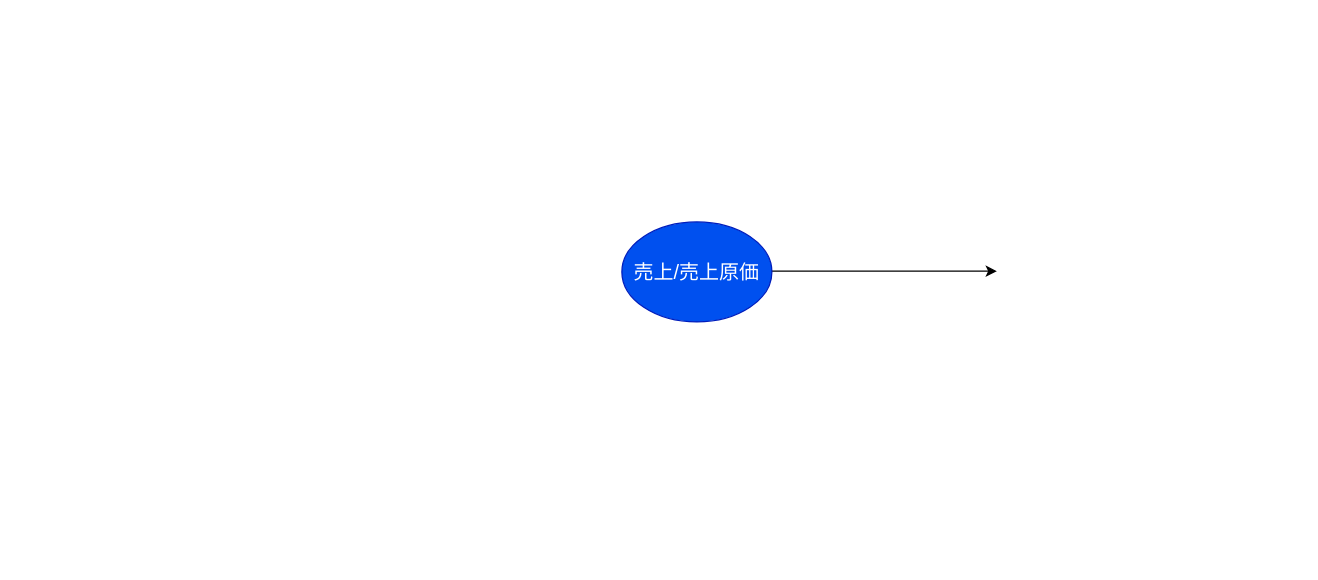
Before: ディメンションモデル図.drawio in mf-isako-onda/datainsight_OKR_term42_2Q, a draw.io diagram. Source tidied: cells renumbered, new cells numbered last; positions are measured from the earlier drawing's top-left corner, leaving out a move shared by most shapes. Both pictures are drawn from the tidied source at 125%, with x=0, y=0 at pixel (621, 221).
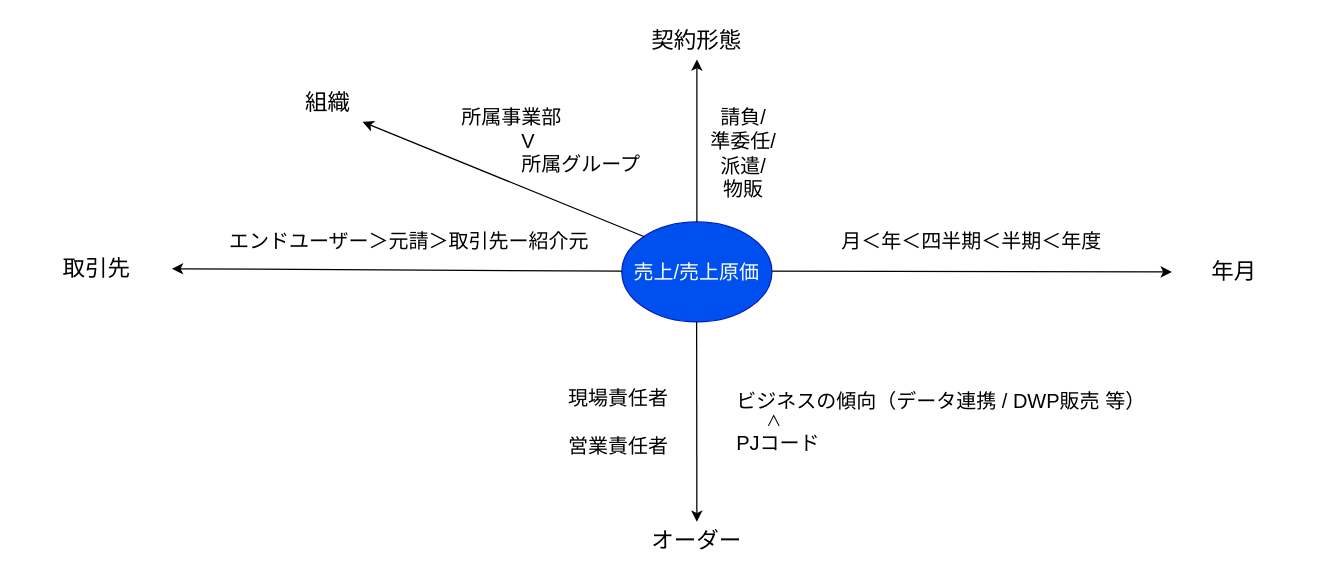
The same diagram, later.

Commit message:
ディメンションモデル図.drawio を更新します

Diff of the diagram source:
```diff
@@
-    <mxCell id="2" style="endArrow=classic;html=1;rounded=0;" parent="1" edge="1">
+    <mxCell id="2" style="endArrow=classic;html=1;rounded=0;entryX=0;entryY=0.5;entryDx=0;entryDy=0;" parent="1" edge="1" target="10">
       <mxGeometry relative="1" as="geometry">
         <mxPoint x="110" y="39.4" as="sourcePoint" />
-        <mxPoint x="300" y="39.4" as="targetPoint" />
       </mxGeometry>
     </mxCell>
-    <mxCell id="3" value="&lt;font size=&quot;3&quot;&gt;売上/売上原価&lt;/font&gt;" style="ellipse;whiteSpace=wrap;html=1;fillColor=light-dark(#0050EF,#FFFACD);strokeColor=#001DBC;fontColor=#ffffff;" parent="1" vertex="1">
+    <mxCell id="3" value="&lt;font size=&quot;3&quot;&gt;売上/売上原価&lt;/font&gt;" style="ellipse;whiteSpace=wrap;html=1;fillColor=light-dark(#0050EF, #fdfbc4);strokeColor=#001DBC;fontColor=#ffffff;" parent="1" vertex="1">
       <mxGeometry width="120" height="80" as="geometry" />
     </mxCell>
+    <mxCell id="4" style="endArrow=classic;html=1;rounded=0;entryX=0.5;entryY=1;entryDx=0;entryDy=0;" parent="1" edge="1" target="5">
+      <mxGeometry relative="1" as="geometry">
+        <mxPoint x="60" as="sourcePoint" />
+      </mxGeometry>
+    </mxCell>
+    <mxCell id="5" value="&lt;font style=&quot;font-size: 18px;&quot;&gt;契約形態&lt;/font&gt;" style="text;html=1;whiteSpace=wrap;strokeColor=none;fillColor=none;align=center;verticalAlign=middle;rounded=0;" parent="1" vertex="1">
+      <mxGeometry x="-35" y="-160" width="190" height="30" as="geometry" />
+    </mxCell>
+    <mxCell id="6" value="&lt;font style=&quot;font-size: 18px;&quot;&gt;組織&lt;/font&gt;" style="text;html=1;whiteSpace=wrap;strokeColor=none;fillColor=none;align=center;verticalAlign=middle;rounded=0;" parent="1" vertex="1">
+      <mxGeometry x="-290" y="-110" width="110" height="30" as="geometry" />
+    </mxCell>
+    <mxCell id="7" style="endArrow=classic;html=1;rounded=0;entryX=1;entryY=0.5;entryDx=0;entryDy=0;" parent="1" edge="1" target="8">
+      <mxGeometry relative="1" as="geometry">
+        <mxPoint y="39.4" as="sourcePoint" />
+      </mxGeometry>
+    </mxCell>
+    <mxCell id="8" value="&lt;font style=&quot;font-size: 18px;&quot;&gt;取引先&lt;/font&gt;" style="text;html=1;whiteSpace=wrap;strokeColor=none;fillColor=none;align=center;verticalAlign=middle;rounded=0;" parent="1" vertex="1">
+      <mxGeometry x="-480" y="20" width="120" height="35" as="geometry" />
+    </mxCell>
+    <mxCell id="9" style="endArrow=classic;html=1;rounded=0;entryX=0.5;entryY=0;entryDx=0;entryDy=0;" parent="1" edge="1" target="11">
+      <mxGeometry relative="1" as="geometry">
+        <mxPoint x="59.8" y="80" as="sourcePoint" />
+      </mxGeometry>
+    </mxCell>
+    <mxCell id="10" value="&lt;font style=&quot;font-size: 18px;&quot;&gt;年月&lt;/font&gt;" style="text;html=1;whiteSpace=wrap;strokeColor=none;fillColor=none;align=center;verticalAlign=middle;rounded=0;" parent="1" vertex="1">
+      <mxGeometry x="440" y="25" width="100" height="30" as="geometry" />
+    </mxCell>
+    <mxCell id="11" value="&lt;font style=&quot;font-size: 18px;&quot;&gt;オーダー&lt;/font&gt;" style="text;html=1;whiteSpace=wrap;strokeColor=none;fillColor=none;align=center;verticalAlign=middle;rounded=0;" parent="1" vertex="1">
+      <mxGeometry x="10" y="240" width="100" height="30" as="geometry" />
+    </mxCell>
+    <mxCell id="12" style="edgeStyle=orthogonalEdgeStyle;rounded=0;orthogonalLoop=1;jettySize=auto;html=1;exitX=0.5;exitY=1;exitDx=0;exitDy=0;" parent="1" edge="1" source="8" target="8">
+      <mxGeometry relative="1" as="geometry" />
+    </mxCell>
+    <mxCell id="13" value="&lt;span style=&quot;font-size: medium;&quot;&gt;エンドユーザー＞元請＞取引先ー紹介元&lt;/span&gt;" style="text;html=1;whiteSpace=wrap;strokeColor=none;fillColor=none;align=center;verticalAlign=middle;rounded=0;" parent="1" vertex="1">
+      <mxGeometry x="-350" width="360" height="30" as="geometry" />
+    </mxCell>
+    <mxCell id="14" value="&lt;font style=&quot;font-size: 16px;&quot;&gt;月＜年＜四半期＜半期＜年度&lt;/font&gt;" style="text;html=1;whiteSpace=wrap;strokeColor=none;fillColor=none;align=center;verticalAlign=middle;rounded=0;" parent="1" vertex="1">
+      <mxGeometry x="150" width="260" height="30" as="geometry" />
+    </mxCell>
+    <mxCell id="15" value="&lt;div&gt;&lt;span style=&quot;font-size: 16px;&quot;&gt;請負/&lt;/span&gt;&lt;/div&gt;&lt;div&gt;&lt;span style=&quot;font-size: 16px;&quot;&gt;準委任/&lt;/span&gt;&lt;/div&gt;&lt;div&gt;&lt;span style=&quot;font-size: 16px;&quot;&gt;派遣/&lt;/span&gt;&lt;/div&gt;&lt;div&gt;&lt;span style=&quot;font-size: 16px;&quot;&gt;物販&lt;/span&gt;&lt;/div&gt;" style="text;html=1;whiteSpace=wrap;strokeColor=none;fillColor=none;align=center;verticalAlign=middle;rounded=0;" parent="1" vertex="1">
+      <mxGeometry x="60" y="-110" width="75" height="110" as="geometry" />
+    </mxCell>
+    <mxCell id="16" style="endArrow=classic;html=1;rounded=0;exitX=0;exitY=0;exitDx=0;exitDy=0;entryX=0.75;entryY=1;entryDx=0;entryDy=0;" parent="1" edge="1" source="3" target="6">
+      <mxGeometry relative="1" as="geometry" />
+    </mxCell>
+    <mxCell id="17" value="&lt;div&gt;&lt;span style=&quot;font-size: 16px;&quot;&gt;所属事業部&lt;/span&gt;&lt;/div&gt;&lt;div&gt;&lt;span style=&quot;font-size: 16px;&quot;&gt;　　　V&lt;/span&gt;&lt;/div&gt;&lt;div&gt;&lt;span style=&quot;font-size: 16px;&quot;&gt;　　　所属グループ&lt;/span&gt;&lt;/div&gt;" style="text;html=1;whiteSpace=wrap;strokeColor=none;fillColor=none;align=left;verticalAlign=middle;rounded=0;" parent="1" vertex="1">
+      <mxGeometry x="-130" y="-90" width="220" height="50" as="geometry" />
+    </mxCell>
+    <mxCell id="18" value="&lt;div&gt;&lt;font style=&quot;font-size: 16px;&quot;&gt;現場責任者&lt;/font&gt;&lt;/div&gt;&lt;font style=&quot;font-size: 16px;&quot;&gt;&lt;div&gt;&lt;font style=&quot;font-size: 16px;&quot;&gt;&lt;br&gt;&lt;/font&gt;&lt;/div&gt;営業責任者&lt;/font&gt;" style="text;html=1;whiteSpace=wrap;strokeColor=none;fillColor=none;align=center;verticalAlign=middle;rounded=0;" parent="1" vertex="1">
+      <mxGeometry x="-60" y="120" width="115" height="80" as="geometry" />
+    </mxCell>
+    <mxCell id="19" value="&lt;div&gt;&lt;font size=&quot;3&quot;&gt;ビジネスの傾向（データ連携 / DWP販売 等）&lt;/font&gt;&lt;/div&gt;&lt;div style=&quot;&quot;&gt;　　&lt;span style=&quot;background-color: transparent; color: light-dark(rgb(0, 0, 0), rgb(255, 255, 255));&quot;&gt;∧&lt;/span&gt;&lt;/div&gt;&lt;div&gt;&lt;font size=&quot;3&quot;&gt;PJコード&lt;/font&gt;&lt;/div&gt;" style="text;html=1;whiteSpace=wrap;strokeColor=none;fillColor=none;align=left;verticalAlign=middle;rounded=0;" parent="1" vertex="1">
+      <mxGeometry x="90" y="100" width="376" height="120" as="geometry" />
+    </mxCell>
```
